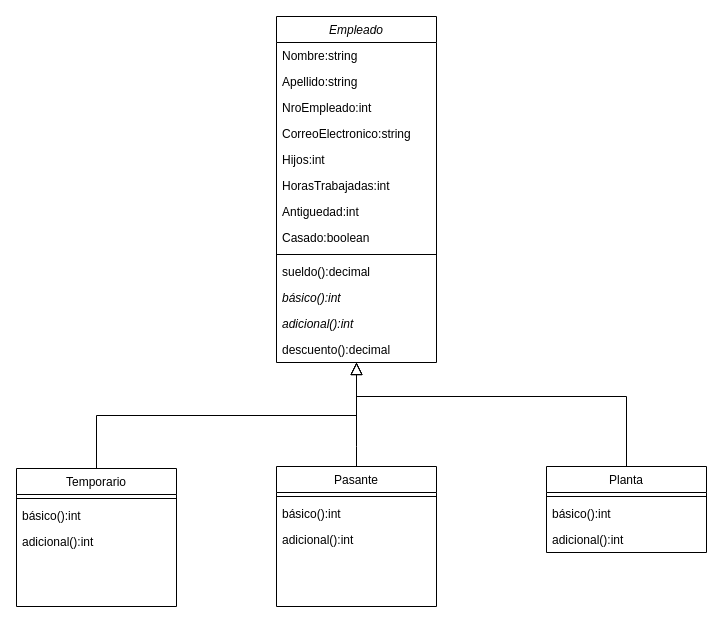
santolp/oo2 keeps this draw.io diagram as p2e4.drawio. Above is the earlier version. Source tidied: cells renumbered, new cells numbered last; positions are measured from the earlier drawing's top-left corner, leaving out a move shared by most shapes. Both pictures are drawn from the tidied source at 100%, with x=0, y=0 at pixel (16, 16).
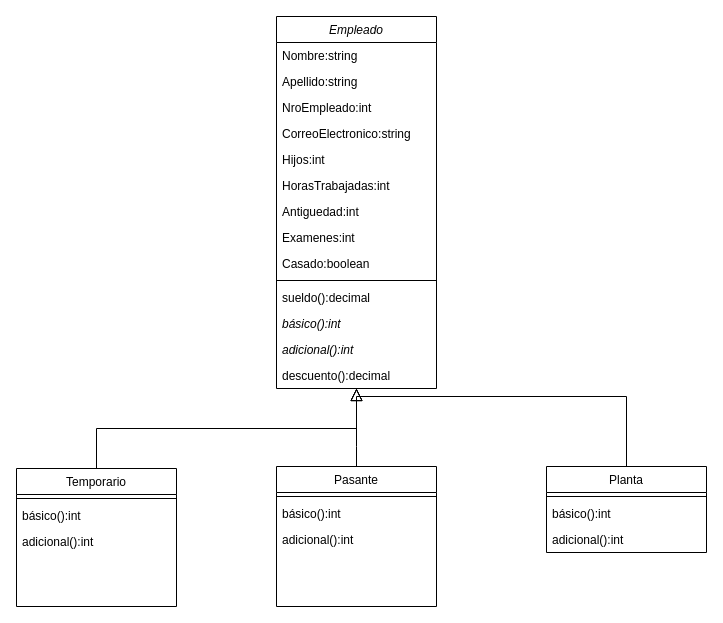
The same page after the edit.

Diff of the diagram source:
```diff
@@
     <mxCell id="2" value="Empleado" style="swimlane;fontStyle=2;align=center;verticalAlign=top;horizontal=1;startSize=26;rounded=0;shadow=0;strokeWidth=1;" parent="1" vertex="1">
-      <mxGeometry x="260" width="160" height="346" as="geometry" />
+      <mxGeometry x="260" width="160" height="372" as="geometry" />
     </mxCell>
@@
+    <mxCell id="31" value="Examenes:int" style="text;align=left;verticalAlign=top;spacingLeft=4;spacingRight=4;overflow=hidden;rounded=0;shadow=0;html=0;" parent="2" vertex="1">
+      <mxGeometry y="208" width="160" height="26" as="geometry" />
+    </mxCell>
     <mxCell id="10" value="Casado:boolean" style="text;align=left;verticalAlign=top;spacingLeft=4;spacingRight=4;overflow=hidden;rounded=0;shadow=0;html=0;" parent="2" vertex="1">
-      <mxGeometry y="208" width="160" height="26" as="geometry" />
+      <mxGeometry y="234" width="160" height="26" as="geometry" />
     </mxCell>
     <mxCell id="11" style="line;html=1;strokeWidth=1;align=left;verticalAlign=middle;spacingTop=-1;spacingLeft=3;spacingRight=3;labelPosition=right;" parent="2" vertex="1">
-      <mxGeometry y="234" width="160" height="8" as="geometry" />
+      <mxGeometry y="260" width="160" height="8" as="geometry" />
     </mxCell>
     <mxCell id="12" value="sueldo():decimal" style="text;align=left;verticalAlign=top;spacingLeft=4;spacingRight=4;overflow=hidden;" parent="2" vertex="1">
-      <mxGeometry y="242" width="160" height="26" as="geometry" />
+      <mxGeometry y="268" width="160" height="26" as="geometry" />
     </mxCell>
     <mxCell id="13" value="básico():int&#10;" style="text;align=left;verticalAlign=top;spacingLeft=4;spacingRight=4;overflow=hidden;fontStyle=2;" parent="2" vertex="1">
-      <mxGeometry y="268" width="160" height="26" as="geometry" />
+      <mxGeometry y="294" width="160" height="26" as="geometry" />
     </mxCell>
     <mxCell id="14" value="adicional():int&#10;" style="text;align=left;verticalAlign=top;spacingLeft=4;spacingRight=4;overflow=hidden;fontStyle=2;" parent="2" vertex="1">
-      <mxGeometry y="294" width="160" height="26" as="geometry" />
+      <mxGeometry y="320" width="160" height="26" as="geometry" />
     </mxCell>
     <mxCell id="15" value="descuento():decimal" style="text;align=left;verticalAlign=top;spacingLeft=4;spacingRight=4;overflow=hidden;fontStyle=0;" parent="2" vertex="1">
-      <mxGeometry y="320" width="160" height="26" as="geometry" />
+      <mxGeometry y="346" width="160" height="26" as="geometry" />
     </mxCell>
```
